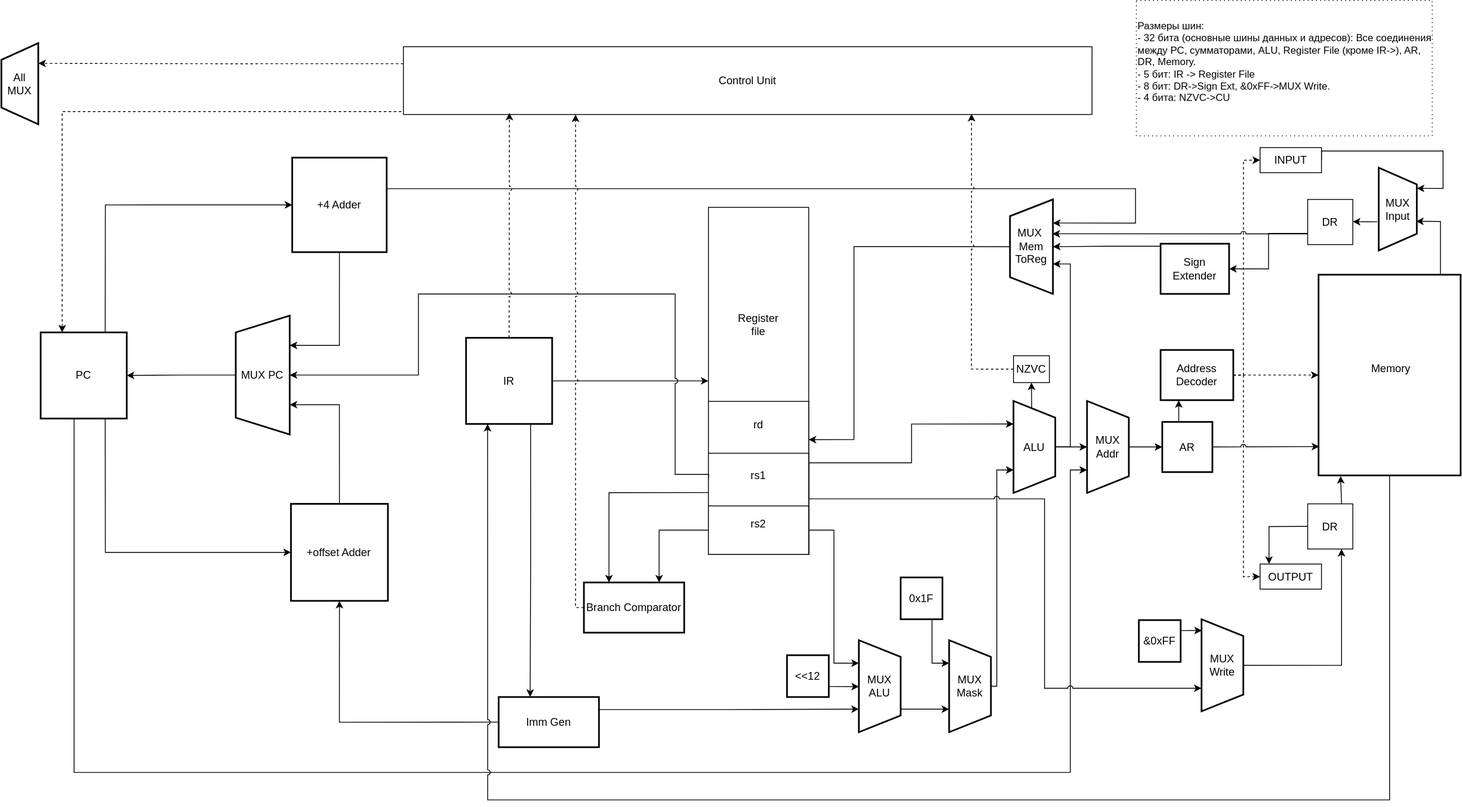
Before: new_vers.drawio.svg, a diagram exported from draw.io (Cass11037/csa-scheme). Source tidied: cells renumbered, new cells last; positions are measured from the earlier drawing's top-left corner, leaving out a move shared by most shapes.
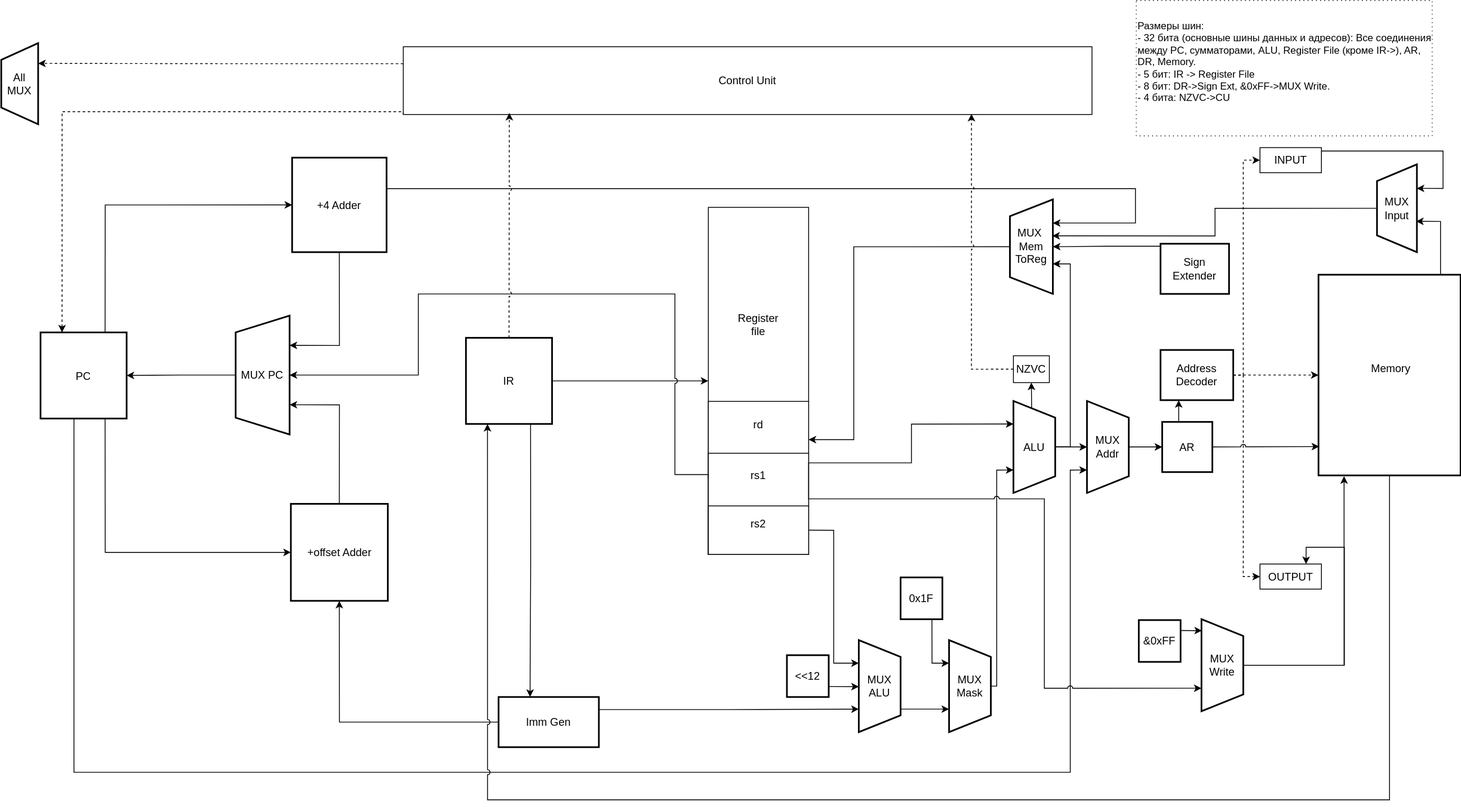
The same file after the commit.

Commit message:
fix(bc): deleted extra blocks: bc and dr

The edit, as a diff of the source:
```diff
@@ -185,8 +185,9 @@
     <mxCell id="49" value="OUTPUT" style="rounded=0;whiteSpace=wrap;html=1;fontSize=13;" parent="1" vertex="1">
       <mxGeometry x="1506" y="674" width="73.5" height="30" as="geometry" />
     </mxCell>
-    <mxCell id="50" style="edgeStyle=orthogonalEdgeStyle;rounded=0;jettySize=auto;html=1;exitX=1;exitY=0.5;exitDx=0;exitDy=0;entryX=0.25;entryY=0;entryDx=0;entryDy=0;" parent="1" edge="1" source="51" target="54">
+    <mxCell id="50" style="edgeStyle=orthogonalEdgeStyle;rounded=0;jettySize=auto;html=1;exitX=1;exitY=0.5;exitDx=0;exitDy=0;entryX=0.25;entryY=0;entryDx=0;entryDy=0;" parent="1" edge="1" source="51">
       <mxGeometry relative="1" as="geometry">
+        <mxPoint x="1693.6" y="224.8" as="targetPoint" />
         <Array as="points">
           <mxPoint x="1580" y="180" />
           <mxPoint x="1725" y="180" />
@@ -205,33 +206,9 @@
         </Array>
       </mxGeometry>
     </mxCell>
-    <mxCell id="53" style="edgeStyle=orthogonalEdgeStyle;rounded=0;jettySize=auto;html=1;exitX=0.654;exitY=1.039;exitDx=0;exitDy=0;entryX=1;entryY=0.5;entryDx=0;entryDy=0;exitPerimeter=0;" parent="1" edge="1" source="54" target="57">
-      <mxGeometry relative="1" as="geometry" />
-    </mxCell>
-    <mxCell id="54" value="MUX&lt;div&gt;Input&lt;/div&gt;" style="shape=trapezoid;perimeter=trapezoidPerimeter;whiteSpace=wrap;html=1;fixedSize=1;strokeWidth=2;direction=south;fontSize=13;" parent="1" vertex="1">
-      <mxGeometry x="1648" y="200" width="45.6" height="99" as="geometry" />
-    </mxCell>
-    <mxCell id="55" style="edgeStyle=orthogonalEdgeStyle;rounded=0;jettySize=auto;html=1;exitX=0;exitY=0.5;exitDx=0;exitDy=0;entryX=0.636;entryY=0.989;entryDx=0;entryDy=0;entryPerimeter=0;jumpStyle=arc;" parent="1" edge="1" source="57" target="69">
-      <mxGeometry relative="1" as="geometry">
-        <Array as="points">
-          <mxPoint x="1614" y="279" />
-        </Array>
-      </mxGeometry>
-    </mxCell>
-    <mxCell id="56" style="edgeStyle=orthogonalEdgeStyle;rounded=0;jettySize=auto;html=1;exitX=0;exitY=0.75;exitDx=0;exitDy=0;entryX=1;entryY=0.5;entryDx=0;entryDy=0;" parent="1" edge="1" source="57" target="77">
-      <mxGeometry relative="1" as="geometry" />
-    </mxCell>
-    <mxCell id="57" value="DR" style="rounded=0;whiteSpace=wrap;html=1;fontSize=13;" parent="1" vertex="1">
-      <mxGeometry x="1563" y="238" width="54" height="54" as="geometry" />
-    </mxCell>
-    <mxCell id="58" style="edgeStyle=orthogonalEdgeStyle;rounded=0;jettySize=auto;html=1;exitX=0;exitY=0.5;exitDx=0;exitDy=0;entryX=0.146;entryY=-0.007;entryDx=0;entryDy=0;entryPerimeter=0;" parent="1" edge="1" source="59" target="49">
-      <mxGeometry relative="1" as="geometry" />
-    </mxCell>
-    <mxCell id="59" value="DR" style="rounded=0;whiteSpace=wrap;html=1;fontSize=13;" parent="1" vertex="1">
-      <mxGeometry x="1563" y="602" width="54" height="54" as="geometry" />
-    </mxCell>
-    <mxCell id="60" style="edgeStyle=orthogonalEdgeStyle;rounded=0;jettySize=auto;html=1;exitX=0.75;exitY=0;exitDx=0;exitDy=0;entryX=0.648;entryY=0.018;entryDx=0;entryDy=0;entryPerimeter=0;" parent="1" edge="1" source="46" target="54">
+    <mxCell id="60" style="edgeStyle=orthogonalEdgeStyle;rounded=0;jettySize=auto;html=1;exitX=0.75;exitY=0;exitDx=0;exitDy=0;entryX=0.648;entryY=0.018;entryDx=0;entryDy=0;entryPerimeter=0;" parent="1" edge="1" source="46">
       <mxGeometry relative="1" as="geometry">
+        <mxPoint x="1692.7" y="264.2" as="targetPoint" />
         <Array as="points">
           <mxPoint x="1722" y="328" />
           <mxPoint x="1722" y="264" />
@@ -281,8 +258,14 @@
     <mxCell id="70" value="&amp;amp;0xFF" style="rounded=0;whiteSpace=wrap;html=1;strokeWidth=2;fontSize=13;" parent="1" vertex="1">
       <mxGeometry x="1361" y="741" width="50" height="50" as="geometry" />
     </mxCell>
-    <mxCell id="71" style="edgeStyle=orthogonalEdgeStyle;rounded=0;jettySize=auto;html=1;exitX=0.5;exitY=0;exitDx=0;exitDy=0;entryX=0.75;entryY=1;entryDx=0;entryDy=0;" parent="1" edge="1" source="72" target="59">
-      <mxGeometry relative="1" as="geometry" />
+    <mxCell id="71" style="edgeStyle=orthogonalEdgeStyle;rounded=0;jettySize=auto;html=1;exitX=0.5;exitY=0;exitDx=0;exitDy=0;entryX=0.75;entryY=0;entryDx=0;entryDy=0;" parent="1" edge="1" source="72" target="49">
+      <mxGeometry relative="1" as="geometry">
+        <Array as="points">
+          <mxPoint x="1607" y="795" />
+          <mxPoint x="1607" y="654" />
+          <mxPoint x="1561" y="654" />
+        </Array>
+      </mxGeometry>
     </mxCell>
     <mxCell id="72" value="MUX Write" style="shape=trapezoid;perimeter=trapezoidPerimeter;whiteSpace=wrap;html=1;fixedSize=1;strokeWidth=2;direction=south;fontSize=13;" parent="1" vertex="1">
       <mxGeometry x="1436" y="740" width="50" height="110" as="geometry" />
@@ -299,9 +282,6 @@
         </Array>
       </mxGeometry>
     </mxCell>
-    <mxCell id="75" style="edgeStyle=orthogonalEdgeStyle;rounded=0;jettySize=auto;html=1;exitX=0.75;exitY=0;exitDx=0;exitDy=0;entryX=0.155;entryY=1.003;entryDx=0;entryDy=0;entryPerimeter=0;" parent="1" edge="1" source="59" target="46">
-      <mxGeometry relative="1" as="geometry" />
-    </mxCell>
     <mxCell id="76" style="edgeStyle=orthogonalEdgeStyle;rounded=0;jettySize=auto;html=1;exitX=0;exitY=0.25;exitDx=0;exitDy=0;entryX=0.5;entryY=1;entryDx=0;entryDy=0;" parent="1" edge="1" source="77" target="69">
       <mxGeometry relative="1" as="geometry">
         <Array as="points">
@@ -313,22 +293,6 @@
     <mxCell id="77" value="Sign Extender" style="rounded=0;whiteSpace=wrap;html=1;strokeWidth=2;fontSize=13;" parent="1" vertex="1">
       <mxGeometry x="1387" y="291" width="82" height="60" as="geometry" />
     </mxCell>
-    <mxCell id="78" style="edgeStyle=orthogonalEdgeStyle;rounded=0;jettySize=auto;html=1;exitX=0;exitY=0.5;exitDx=0;exitDy=0;entryX=0.25;entryY=1;entryDx=0;entryDy=0;dashed=1;jumpStyle=arc;" parent="1" edge="1" source="79" target="84">
-      <mxGeometry relative="1" as="geometry">
-        <Array as="points">
-          <mxPoint x="687" y="726" />
-        </Array>
-      </mxGeometry>
-    </mxCell>
-    <mxCell id="79" value="&amp;nbsp;&lt;br&gt;Branch Comparator&lt;div&gt;&lt;br&gt;&lt;/div&gt;" style="rounded=0;whiteSpace=wrap;html=1;strokeWidth=2;fontSize=13;" parent="1" vertex="1">
-      <mxGeometry x="697" y="696" width="120" height="60" as="geometry" />
-    </mxCell>
-    <mxCell id="80" style="edgeStyle=orthogonalEdgeStyle;rounded=0;jettySize=auto;html=1;exitX=-0.004;exitY=0.389;exitDx=0;exitDy=0;entryX=0.25;entryY=0;entryDx=0;entryDy=0;exitPerimeter=0;" parent="1" edge="1" source="18" target="79">
-      <mxGeometry relative="1" as="geometry" />
-    </mxCell>
-    <mxCell id="81" style="edgeStyle=orthogonalEdgeStyle;rounded=0;jettySize=auto;html=1;exitX=0;exitY=0.5;exitDx=0;exitDy=0;entryX=0.75;entryY=0;entryDx=0;entryDy=0;" parent="1" edge="1" source="19" target="79">
-      <mxGeometry relative="1" as="geometry" />
-    </mxCell>
     <mxCell id="82" style="edgeStyle=orthogonalEdgeStyle;rounded=0;jettySize=auto;html=1;exitX=0;exitY=0.25;exitDx=0;exitDy=0;dashed=1;entryX=0.75;entryY=1;entryDx=0;entryDy=0;" parent="1" edge="1" source="84" target="85">
       <mxGeometry relative="1" as="geometry" />
     </mxCell>
@@ -355,5 +319,14 @@
     <mxCell id="88" value="&lt;div&gt;Размеры шин:&lt;/div&gt;&lt;div&gt;- 32 бита (основные шины данных и адресов):&amp;nbsp;&lt;span style=&quot;background-color: transparent; color: light-dark(rgb(0, 0, 0), rgb(255, 255, 255));&quot;&gt;Все соединения между PC, сумматорами, ALU, Register File (кроме IR-&amp;gt;), AR, DR, Memory.&lt;/span&gt;&lt;/div&gt;&lt;div&gt;- 5 бит: IR -&amp;gt; Register File&lt;/div&gt;&lt;div&gt;- 8 бит: DR-&amp;gt;&lt;span style=&quot;background-color: transparent; color: light-dark(rgb(0, 0, 0), rgb(255, 255, 255));&quot;&gt;Sign Ext, &amp;amp;0xFF-&amp;gt;MUX Write.&lt;/span&gt;&lt;/div&gt;&lt;div&gt;- 4 бита: NZVC-&amp;gt;CU&lt;/div&gt;&lt;div&gt;&lt;br&gt;&lt;/div&gt;" style="text;html=1;whiteSpace=wrap;strokeColor=default;fillColor=none;align=left;verticalAlign=middle;rounded=0;dashed=1;dashPattern=1 4;" parent="1" vertex="1">
       <mxGeometry x="1358" width="354" height="162" as="geometry" />
     </mxCell>
+    <mxCell id="54" value="MUX&lt;div&gt;Input&lt;/div&gt;" style="shape=trapezoid;perimeter=trapezoidPerimeter;whiteSpace=wrap;html=1;fixedSize=1;strokeWidth=2;direction=north;fontSize=13;" parent="1" vertex="1">
+      <mxGeometry x="1646" y="196" width="47.7" height="105" as="geometry" />
+    </mxCell>
+    <mxCell id="89" style="edgeStyle=orthogonalEdgeStyle;rounded=0;jettySize=auto;html=1;exitX=0.5;exitY=0;exitDx=0;exitDy=0;entryX=0.615;entryY=0.986;entryDx=0;entryDy=0;entryPerimeter=0;" parent="1" edge="1" source="54" target="69">
+      <mxGeometry relative="1" as="geometry" />
+    </mxCell>
+    <mxCell id="90" style="edgeStyle=orthogonalEdgeStyle;rounded=0;jettySize=auto;html=1;exitX=0.5;exitY=0;exitDx=0;exitDy=0;entryX=0.18;entryY=1.004;entryDx=0;entryDy=0;entryPerimeter=0;" parent="1" edge="1" source="72" target="46">
+      <mxGeometry relative="1" as="geometry" />
+    </mxCell>
   </root>
 </mxGraphModel>
```
